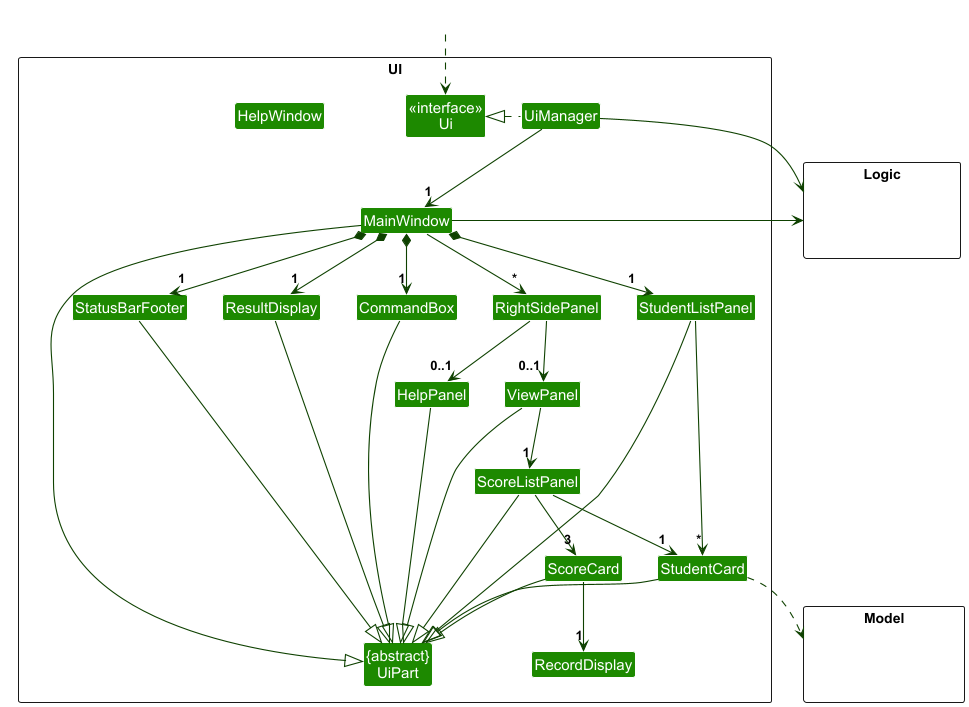
Above: docs/images/UiClassDiagram.png in kailermai/tp (PlantUML), before the change.
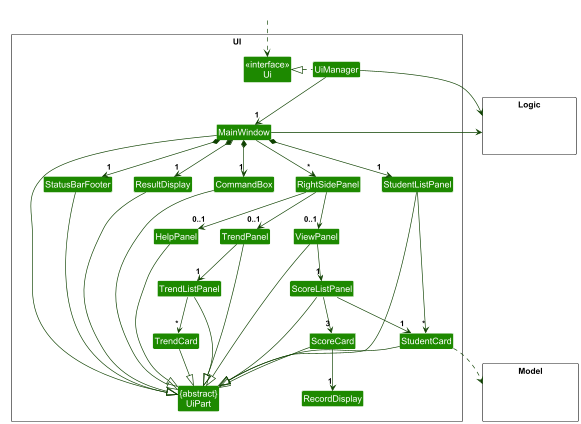
Above is the later version.

Commit message:
Update Ui UML diagram with trend

The edit, as a diff of the source:
```diff
@@ -9,7 +9,6 @@
 Class "{abstract}\nUiPart" as UiPart
 Class UiManager
 Class MainWindow
-Class HelpWindow
 Class ResultDisplay
 Class StudentListPanel
 Class StudentCard
@@ -21,6 +20,9 @@
 Class ScoreListPanel
 Class ScoreCard
 Class RecordDisplay
+Class TrendPanel
+Class TrendListPanel
+Class TrendCard
 }
 
 package Model <<Rectangle>> {
@@ -43,6 +45,7 @@
 MainWindow --> "*" RightSidePanel
 RightSidePanel --> "0..1" HelpPanel
 RightSidePanel --> "0..1" ViewPanel
+RightSidePanel --> "0..1" TrendPanel
 
 StudentListPanel -down-> "*" StudentCard
 
@@ -51,6 +54,9 @@
 ScoreListPanel -down-> "1" StudentCard
 ScoreListPanel -down-> "3" ScoreCard
 ScoreCard -down-> "1" RecordDisplay
+
+TrendPanel -down-> "1"TrendListPanel
+TrendListPanel -down-> "*"TrendCard
 
 MainWindow -left-|> UiPart
 
@@ -63,6 +69,9 @@
 ViewPanel --|> UiPart
 ScoreListPanel --|> UiPart
 ScoreCard --|> UiPart
+TrendPanel --|> UiPart
+TrendListPanel --|> UiPart
+TrendCard --|> UiPart
 
 StudentCard ..> Model
 UiManager -right-> Logic
```
